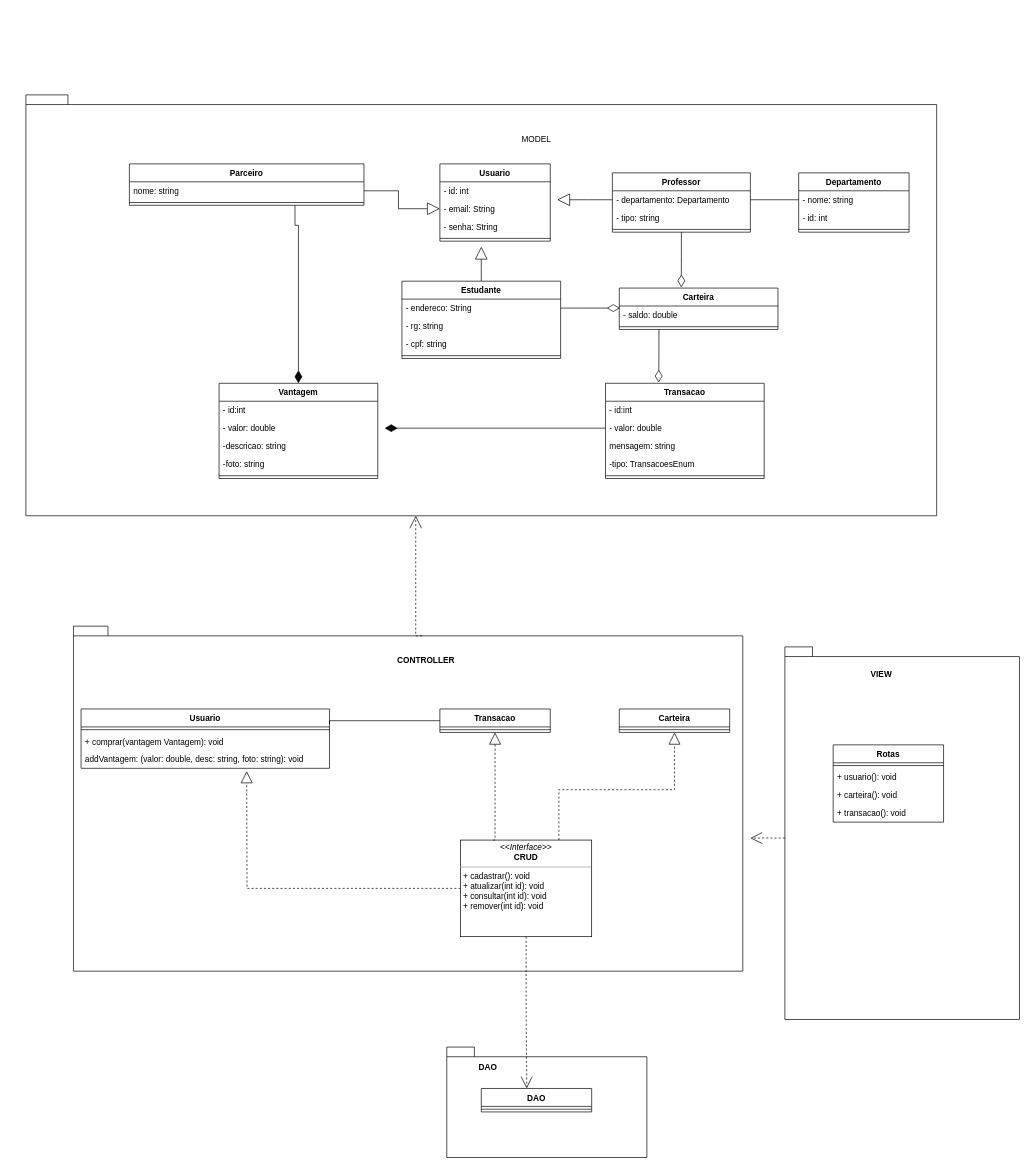
This is projeto/Untitled Diagram.drawio from joeyclapton/student-points, a draw.io file, before an edit. Source tidied: cells renumbered, new cells numbered last; positions are measured from the earlier drawing's top-left corner, leaving out a move shared by most shapes. Both pictures are drawn from the tidied source at 69%, with x=0, y=0 at pixel (26, 95).
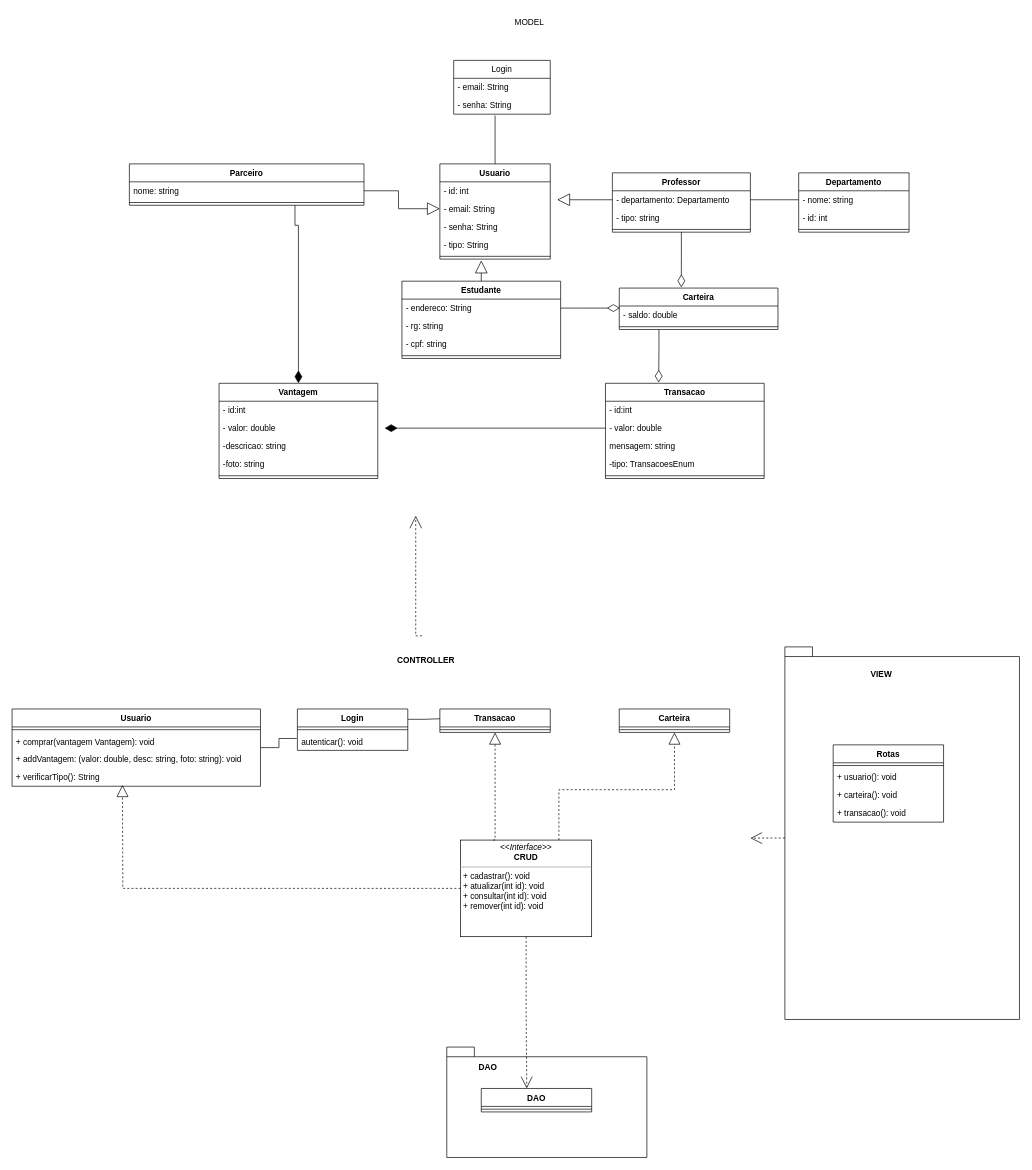
The same page after the edit.

Unchanged cells that the change refers to:
```xml
<mxCell id="4" value="- email: String" style="text;strokeColor=none;fillColor=none;align=left;verticalAlign=top;spacingLeft=4;spacingRight=4;overflow=hidden;points=[[0,0.5],[1,0.5]];portConstraint=eastwest;" parent="2" vertex="1">
  <mxGeometry y="52" width="160" height="26" as="geometry" />
</mxCell>
<mxCell id="8" value="Estudante" style="swimlane;fontStyle=1;align=center;verticalAlign=top;horizontal=1;startSize=26;" parent="1" vertex="1">
  <mxGeometry x="545" y="270" width="230" height="112" as="geometry" />
</mxCell>
<mxCell id="23" value="Transacao" style="swimlane;fontStyle=1;align=center;verticalAlign=top;horizontal=1;startSize=26;fillColor=none;" parent="1" vertex="1">
  <mxGeometry x="600" y="890" width="160" height="34" as="geometry" />
</mxCell>
<mxCell id="31" value="&lt;p style=&quot;margin: 0px ; margin-top: 4px ; text-align: center&quot;&gt;&lt;i&gt;&amp;lt;&amp;lt;Interface&amp;gt;&amp;gt;&lt;/i&gt;&lt;br&gt;&lt;b&gt;CRUD&lt;/b&gt;&lt;/p&gt;&lt;hr size=&quot;1&quot;&gt;&lt;p style=&quot;margin: 0px ; margin-left: 4px&quot;&gt;&lt;/p&gt;&lt;p style=&quot;margin: 0px ; margin-left: 4px&quot;&gt;+ cadastrar(): void&lt;br&gt;+ atualizar(int id): void&lt;/p&gt;&lt;p style=&quot;margin: 0px ; margin-left: 4px&quot;&gt;+ consultar(int id): void&lt;br&gt;&lt;/p&gt;&lt;p style=&quot;margin: 0px ; margin-left: 4px&quot;&gt;+ remover(int id): void&lt;br&gt;&lt;/p&gt;" style="verticalAlign=top;align=left;overflow=fill;fontSize=12;fontFamily=Helvetica;html=1;fillColor=none;" parent="1" vertex="1">
  <mxGeometry x="630" y="1080" width="190" height="140" as="geometry" />
</mxCell>
<mxCell id="71" value="nome: string" style="text;strokeColor=none;fillColor=none;align=left;verticalAlign=top;spacingLeft=4;spacingRight=4;overflow=hidden;points=[[0,0.5],[1,0.5]];portConstraint=eastwest;" parent="70" vertex="1">
  <mxGeometry y="26" width="340" height="26" as="geometry" />
</mxCell>
```

Change to the diagram source:
```diff
@@
+    <mxCell id="78" style="edgeStyle=orthogonalEdgeStyle;rounded=0;jettySize=auto;html=1;exitX=0.5;exitY=0;exitDx=0;exitDy=0;endArrow=none;endFill=0;" parent="1" edge="1" source="2">
+      <mxGeometry relative="1" as="geometry">
+        <mxPoint x="680" y="30" as="targetPoint" />
+      </mxGeometry>
+    </mxCell>
     <mxCell id="2" value="Usuario" style="swimlane;fontStyle=1;align=center;verticalAlign=top;horizontal=1;startSize=26;" parent="1" vertex="1">
-      <mxGeometry x="600" y="100" width="160" height="112" as="geometry" />
+      <mxGeometry x="600" y="100" width="160" height="138" as="geometry" />
     </mxCell>
@@
+    <mxCell id="79" value="- tipo: String" style="text;strokeColor=none;fillColor=none;align=left;verticalAlign=top;spacingLeft=4;spacingRight=4;overflow=hidden;" parent="2" vertex="1">
+      <mxGeometry y="104" width="160" height="26" as="geometry" />
+    </mxCell>
     <mxCell id="6" style="line;strokeWidth=1;fillColor=none;align=left;verticalAlign=middle;spacingTop=-1;spacingLeft=3;spacingRight=3;labelPosition=right;" parent="2" vertex="1">
-      <mxGeometry y="104" width="160" height="8" as="geometry" />
+      <mxGeometry y="130" width="160" height="8" as="geometry" />
     </mxCell>
     <mxCell id="7" style="edgeStyle=orthogonalEdgeStyle;rounded=0;jettySize=auto;html=1;exitX=0.5;exitY=0;exitDx=0;exitDy=0;endArrow=block;endFill=0;endSize=16;" parent="1" edge="1" source="8">
       <mxGeometry relative="1" as="geometry">
-        <mxPoint x="660" y="220" as="targetPoint" />
+        <mxPoint x="660" y="240" as="targetPoint" />
       </mxGeometry>
     </mxCell>
@@
-    <mxCell id="18" style="edgeStyle=orthogonalEdgeStyle;rounded=0;jettySize=auto;html=1;exitX=1;exitY=0.25;exitDx=0;exitDy=0;entryX=0;entryY=0.5;entryDx=0;entryDy=0;startArrow=none;startFill=0;endArrow=none;endFill=0;startSize=20;endSize=15;sourcePerimeterSpacing=8;targetPerimeterSpacing=20;" parent="1" edge="1" source="19" target="23">
-      <mxGeometry relative="1" as="geometry">
-        <Array as="points">
-          <mxPoint x="440" y="907" />
-        </Array>
-      </mxGeometry>
-    </mxCell>
+    <mxCell id="80" style="edgeStyle=orthogonalEdgeStyle;rounded=0;jettySize=auto;html=1;exitX=1;exitY=0.5;exitDx=0;exitDy=0;entryX=-0.006;entryY=0.337;entryDx=0;entryDy=0;entryPerimeter=0;endArrow=none;endFill=0;" parent="1" edge="1" source="19" target="88">
+      <mxGeometry relative="1" as="geometry" />
+    </mxCell>
     <mxCell id="19" value="Usuario" style="swimlane;fontStyle=1;align=center;verticalAlign=top;horizontal=1;startSize=26;fillColor=none;" parent="1" vertex="1">
-      <mxGeometry x="80" y="890" width="360" height="86" as="geometry" />
+      <mxGeometry x="-20" y="890" width="360" height="112" as="geometry" />
     </mxCell>
@@
-    <mxCell id="22" value="addVantagem: (valor: double, desc: string, foto: string): void" style="text;strokeColor=none;fillColor=none;align=left;verticalAlign=top;spacingLeft=4;spacingRight=4;overflow=hidden;" parent="19" vertex="1">
+    <mxCell id="22" value="+ addVantagem: (valor: double, desc: string, foto: string): void" style="text;strokeColor=none;fillColor=none;align=left;verticalAlign=top;spacingLeft=4;spacingRight=4;overflow=hidden;" parent="19" vertex="1">
       <mxGeometry y="60" width="360" height="26" as="geometry" />
     </mxCell>
+    <mxCell id="81" value="+ verificarTipo(): String" style="text;strokeColor=none;fillColor=none;align=left;verticalAlign=top;spacingLeft=4;spacingRight=4;overflow=hidden;" parent="19" vertex="1">
+      <mxGeometry y="86" width="360" height="26" as="geometry" />
+    </mxCell>
@@
     <mxCell id="29" style="edgeStyle=orthogonalEdgeStyle;rounded=0;jettySize=auto;html=1;exitX=0;exitY=0.5;exitDx=0;exitDy=0;dashed=1;startArrow=none;startFill=0;endArrow=block;endFill=0;startSize=20;endSize=15;sourcePerimeterSpacing=8;targetPerimeterSpacing=20;" parent="1" edge="1" source="31">
       <mxGeometry relative="1" as="geometry">
-        <mxPoint x="320" y="980" as="targetPoint" />
+        <mxPoint x="140" y="1000" as="targetPoint" />
       </mxGeometry>
     </mxCell>
@@
     <mxCell id="73" style="edgeStyle=orthogonalEdgeStyle;rounded=0;jettySize=auto;html=1;exitX=1;exitY=0.5;exitDx=0;exitDy=0;entryX=0;entryY=0.5;entryDx=0;entryDy=0;endArrow=block;endFill=0;endSize=16;" parent="1" edge="1" source="71" target="4">
-      <mxGeometry relative="1" as="geometry" />
+      <mxGeometry relative="1" as="geometry">
+        <Array as="points">
+          <mxPoint x="540" y="139" />
+          <mxPoint x="540" y="165" />
+        </Array>
+      </mxGeometry>
     </mxCell>
-    <mxCell id="74" style="shape=folder;fontStyle=1;spacingTop=10;tabWidth=40;tabHeight=14;tabPosition=left;html=1;fillColor=none;" parent="1" vertex="1">
-      <mxGeometry width="1320" height="610" as="geometry" />
-    </mxCell>
     <mxCell id="75" value="MODEL" style="text;html=1;strokeColor=none;fillColor=none;align=center;verticalAlign=middle;whiteSpace=wrap;rounded=0;" parent="1" vertex="1">
-      <mxGeometry x="710" y="50" width="60" height="30" as="geometry" />
+      <mxGeometry x="700" y="-120" width="60" height="30" as="geometry" />
     </mxCell>
-    <mxCell id="76" style="edgeStyle=orthogonalEdgeStyle;rounded=0;jettySize=auto;html=1;exitX=0;exitY=0;exitDx=505;exitDy=14;exitPerimeter=0;startArrow=none;startFill=0;endArrow=open;endFill=0;startSize=16;endSize=16;sourcePerimeterSpacing=6;targetPerimeterSpacing=18;dashed=1;" parent="1" edge="1" source="77">
+    <mxCell id="76" style="edgeStyle=orthogonalEdgeStyle;rounded=0;orthogonalLoop=1;jettySize=auto;html=1;exitX=0;exitY=0;exitDx=505;exitDy=14;exitPerimeter=0;startArrow=none;startFill=0;endArrow=open;endFill=0;startSize=16;endSize=16;sourcePerimeterSpacing=6;targetPerimeterSpacing=18;dashed=1;" parent="1" edge="1">
       <mxGeometry relative="1" as="geometry">
+        <mxPoint x="574" y="784" as="sourcePoint" />
         <mxPoint x="565" y="610" as="targetPoint" />
         <Array as="points">
           <mxPoint x="565" y="784" />
         </Array>
       </mxGeometry>
     </mxCell>
-    <mxCell id="77" style="shape=folder;fontStyle=1;spacingTop=10;tabWidth=40;tabHeight=14;tabPosition=left;html=1;fillColor=none;" parent="1" vertex="1">
-      <mxGeometry x="69" y="770" width="970" height="500" as="geometry" />
-    </mxCell>
+    <mxCell id="82" value="Login" style="swimlane;fontStyle=0;horizontal=1;startSize=26;fillColor=none;" parent="1" vertex="1">
+      <mxGeometry x="620" y="-50" width="140" height="78" as="geometry" />
+    </mxCell>
+    <mxCell id="83" value="- email: String" style="text;strokeColor=none;fillColor=none;align=left;verticalAlign=top;spacingLeft=4;spacingRight=4;overflow=hidden;" parent="82" vertex="1">
+      <mxGeometry y="26" width="140" height="26" as="geometry" />
+    </mxCell>
+    <mxCell id="84" value="- senha: String" style="text;strokeColor=none;fillColor=none;align=left;verticalAlign=top;spacingLeft=4;spacingRight=4;overflow=hidden;" parent="82" vertex="1">
+      <mxGeometry y="52" width="140" height="26" as="geometry" />
+    </mxCell>
+    <mxCell id="85" style="edgeStyle=orthogonalEdgeStyle;rounded=0;jettySize=auto;html=1;exitX=1;exitY=0.25;exitDx=0;exitDy=0;entryX=0.001;entryY=0.417;entryDx=0;entryDy=0;entryPerimeter=0;endArrow=none;endFill=0;" parent="1" edge="1" source="86" target="23">
+      <mxGeometry relative="1" as="geometry" />
+    </mxCell>
+    <mxCell id="86" value="Login" style="swimlane;fontStyle=1;align=center;verticalAlign=top;horizontal=1;startSize=26;fillColor=none;" parent="1" vertex="1">
+      <mxGeometry x="393.5" y="890" width="160" height="60" as="geometry" />
+    </mxCell>
+    <mxCell id="87" style="line;strokeWidth=1;fillColor=none;align=left;verticalAlign=middle;spacingTop=-1;spacingLeft=3;spacingRight=3;labelPosition=right;" parent="86" vertex="1">
+      <mxGeometry y="26" width="160" height="8" as="geometry" />
+    </mxCell>
+    <mxCell id="88" value="autenticar(): void" style="text;strokeColor=none;fillColor=none;align=left;verticalAlign=top;spacingLeft=4;spacingRight=4;overflow=hidden;points=[[0,0.5],[1,0.5]];portConstraint=eastwest;" parent="86" vertex="1">
+      <mxGeometry y="34" width="160" height="26" as="geometry" />
+    </mxCell>
```
